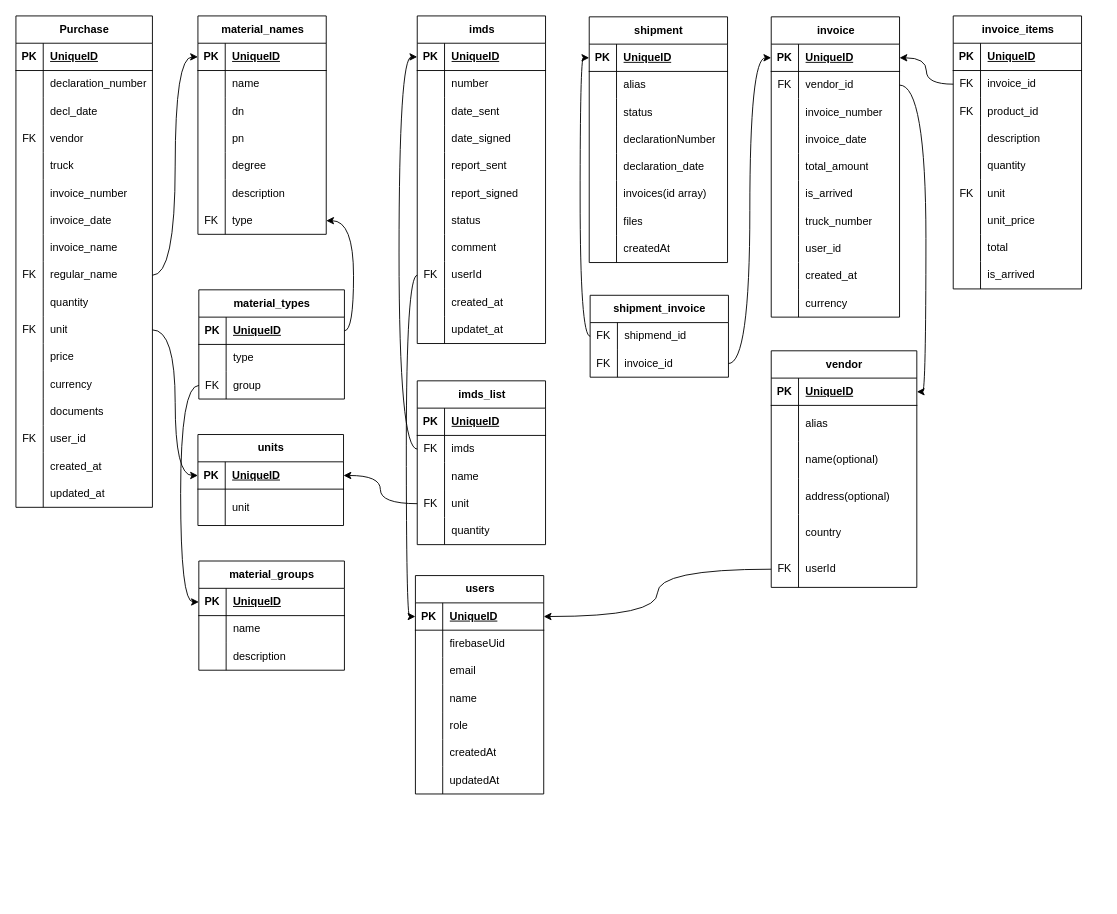
Before: diagrams/awa.drawio in gogicha007/project_AWA, a draw.io diagram. Source tidied: cells renumbered, new cells numbered last; positions are measured from the earlier drawing's top-left corner, leaving out a move shared by most shapes. Both pictures are drawn from the tidied source at 91%, with x=0, y=0 at pixel (15, 15).
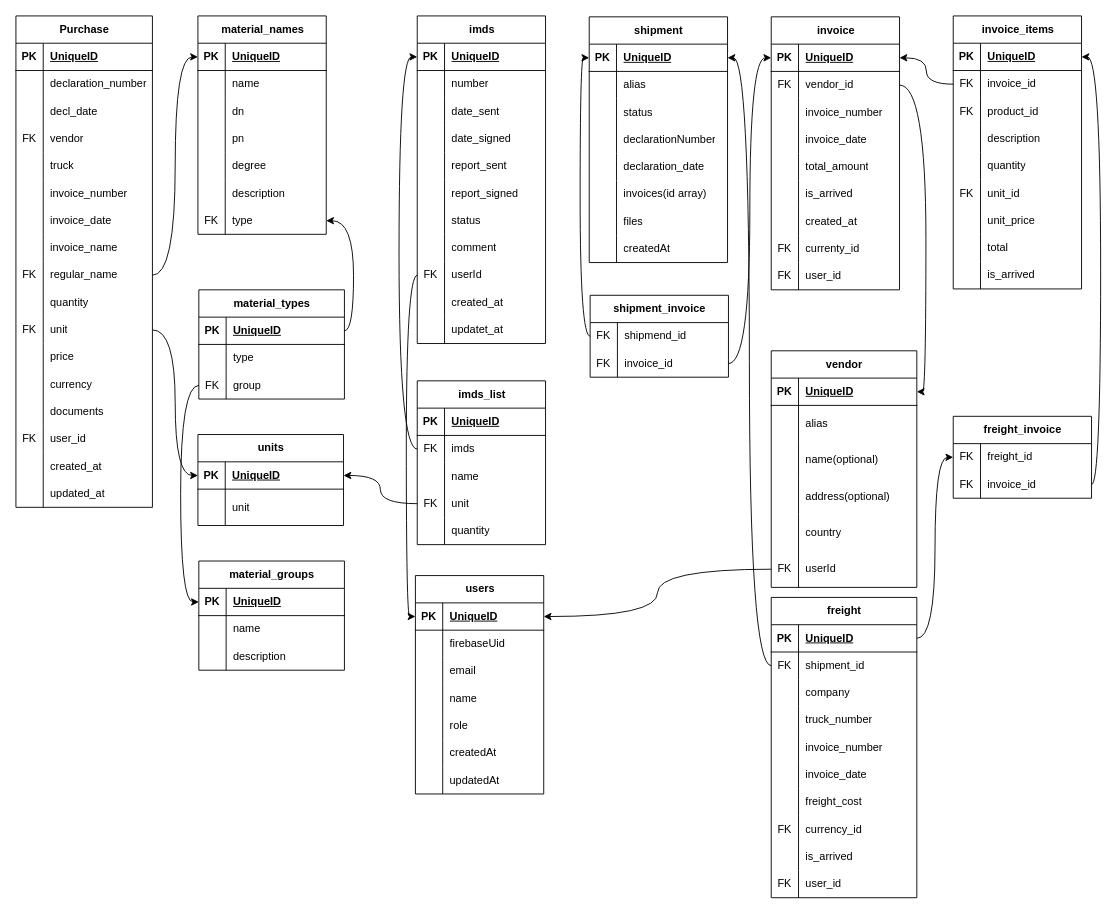
Above is the later version.

The change refers to these unchanged cells:
```xml
<mxCell id="201" style="shape=tableRow;horizontal=0;startSize=0;swimlaneHead=0;swimlaneBody=0;fillColor=none;points=[[0,0.5],[1,0.5]];portConstraint=eastwest;top=0;left=0;right=0;bottom=1;" parent="200" vertex="1">
  <mxGeometry y="30" width="152" height="30" as="geometry" />
</mxCell>
<mxCell id="257" style="shape=tableRow;horizontal=0;startSize=0;swimlaneHead=0;swimlaneBody=0;fillColor=none;points=[[0,0.5],[1,0.5]];portConstraint=eastwest;top=0;left=0;right=0;bottom=1;" parent="256" vertex="1">
  <mxGeometry y="30" width="141" height="30" as="geometry" />
</mxCell>
<mxCell id="272" style="shape=tableRow;horizontal=0;startSize=0;swimlaneHead=0;swimlaneBody=0;fillColor=none;top=0;left=0;right=0;bottom=0;" parent="256" vertex="1">
  <mxGeometry y="180" width="141" height="30" as="geometry" />
</mxCell>
```

Diff of the diagram source:
```diff
@@
     <mxCell id="225" value="invoice" style="shape=table;startSize=30;childLayout=tableLayout;rowLines=0;fontStyle=1;align=center;html=1;" parent="1" vertex="1">
-      <mxGeometry x="830" y="1" width="141" height="330" as="geometry" />
+      <mxGeometry x="830" y="1" width="141" height="300" as="geometry" />
     </mxCell>
@@
-    <mxCell id="244" style="shape=tableRow;horizontal=0;startSize=0;swimlaneHead=0;swimlaneBody=0;fillColor=none;top=0;left=0;right=0;bottom=0;" parent="225" vertex="1">
-      <mxGeometry y="210" width="141" height="30" as="geometry" />
-    </mxCell>
-    <mxCell id="245" style="shape=partialRectangle;fillColor=none;top=0;left=0;bottom=0;right=0;overflow=hidden;whiteSpace=wrap;html=1;" parent="244" vertex="1">
-      <mxGeometry width="30" height="30" as="geometry" />
-    </mxCell>
-    <mxCell id="246" value="truck_number" style="shape=partialRectangle;fillColor=none;top=0;left=0;bottom=0;right=0;align=left;spacingLeft=6;overflow=hidden;whiteSpace=wrap;html=1;" parent="244" vertex="1">
-      <mxGeometry x="30" width="111" height="30" as="geometry" />
-    </mxCell>
-    <mxCell id="247" style="shape=tableRow;horizontal=0;startSize=0;swimlaneHead=0;swimlaneBody=0;fillColor=none;top=0;left=0;right=0;bottom=0;" parent="225" vertex="1">
-      <mxGeometry y="240" width="141" height="30" as="geometry" />
-    </mxCell>
-    <mxCell id="248" style="shape=partialRectangle;fillColor=none;top=0;left=0;bottom=0;right=0;overflow=hidden;whiteSpace=wrap;html=1;" parent="247" vertex="1">
-      <mxGeometry width="30" height="30" as="geometry" />
-    </mxCell>
-    <mxCell id="249" value="user_id" style="shape=partialRectangle;fillColor=none;top=0;left=0;bottom=0;right=0;align=left;spacingLeft=6;overflow=hidden;whiteSpace=wrap;html=1;" parent="247" vertex="1">
-      <mxGeometry x="30" width="111" height="30" as="geometry" />
-    </mxCell>
     <mxCell id="250" style="shape=tableRow;horizontal=0;startSize=0;swimlaneHead=0;swimlaneBody=0;fillColor=none;top=0;left=0;right=0;bottom=0;" parent="225" vertex="1">
-      <mxGeometry y="270" width="141" height="30" as="geometry" />
+      <mxGeometry y="210" width="141" height="30" as="geometry" />
     </mxCell>
@@
-    <mxCell id="253" style="shape=tableRow;horizontal=0;startSize=0;swimlaneHead=0;swimlaneBody=0;fillColor=none;top=0;left=0;right=0;bottom=0;" parent="225" vertex="1">
-      <mxGeometry y="300" width="141" height="30" as="geometry" />
-    </mxCell>
-    <mxCell id="254" style="shape=partialRectangle;fillColor=none;top=0;left=0;bottom=0;right=0;overflow=hidden;whiteSpace=wrap;html=1;" parent="253" vertex="1">
-      <mxGeometry width="30" height="30" as="geometry" />
-    </mxCell>
-    <mxCell id="255" value="currency" style="shape=partialRectangle;fillColor=none;top=0;left=0;bottom=0;right=0;align=left;spacingLeft=6;overflow=hidden;whiteSpace=wrap;html=1;" parent="253" vertex="1">
-      <mxGeometry x="30" width="111" height="30" as="geometry" />
-    </mxCell>
+    <mxCell id="247" style="shape=tableRow;horizontal=0;startSize=0;swimlaneHead=0;swimlaneBody=0;fillColor=none;top=0;left=0;right=0;bottom=0;" parent="225" vertex="1">
+      <mxGeometry y="240" width="141" height="30" as="geometry" />
+    </mxCell>
+    <mxCell id="297" value="FK" style="shape=partialRectangle;fillColor=none;top=0;left=0;bottom=0;right=0;overflow=hidden;whiteSpace=wrap;html=1;" parent="247" vertex="1">
+      <mxGeometry width="30" height="30" as="geometry" />
+    </mxCell>
+    <mxCell id="298" value="currenty_id" style="shape=partialRectangle;fillColor=none;top=0;left=0;bottom=0;right=0;align=left;spacingLeft=6;overflow=hidden;whiteSpace=wrap;html=1;" parent="247" vertex="1">
+      <mxGeometry x="30" width="111" height="30" as="geometry" />
+    </mxCell>
+    <mxCell id="299" style="shape=tableRow;horizontal=0;startSize=0;swimlaneHead=0;swimlaneBody=0;fillColor=none;top=0;left=0;right=0;bottom=0;" parent="225" vertex="1">
+      <mxGeometry y="270" width="141" height="30" as="geometry" />
+    </mxCell>
+    <mxCell id="300" value="FK" style="shape=partialRectangle;fillColor=none;top=0;left=0;bottom=0;right=0;overflow=hidden;whiteSpace=wrap;html=1;" parent="299" vertex="1">
+      <mxGeometry width="30" height="30" as="geometry" />
+    </mxCell>
+    <mxCell id="249" value="user_id" style="shape=partialRectangle;fillColor=none;top=0;left=0;bottom=0;right=0;align=left;spacingLeft=6;overflow=hidden;whiteSpace=wrap;html=1;" parent="299" vertex="1">
+      <mxGeometry x="30" width="111" height="30" as="geometry" />
+    </mxCell>
@@
-    <mxCell id="274" value="unit" style="shape=partialRectangle;fillColor=none;top=0;left=0;bottom=0;right=0;align=left;spacingLeft=6;overflow=hidden;whiteSpace=wrap;html=1;" parent="272" vertex="1">
+    <mxCell id="274" value="unit_id" style="shape=partialRectangle;fillColor=none;top=0;left=0;bottom=0;right=0;align=left;spacingLeft=6;overflow=hidden;whiteSpace=wrap;html=1;" parent="272" vertex="1">
       <mxGeometry x="30" width="111" height="30" as="geometry" />
     </mxCell>
@@
+    <mxCell id="301" value="freight" style="shape=table;startSize=30;childLayout=tableLayout;rowLines=0;fontStyle=1;align=center;html=1;" parent="1" vertex="1">
+      <mxGeometry x="830" y="639" width="160" height="330" as="geometry" />
+    </mxCell>
+    <mxCell id="302" style="shape=tableRow;horizontal=0;startSize=0;swimlaneHead=0;swimlaneBody=0;fillColor=none;points=[[0,0.5],[1,0.5]];portConstraint=eastwest;top=0;left=0;right=0;bottom=1;" parent="301" vertex="1">
+      <mxGeometry y="30" width="160" height="30" as="geometry" />
+    </mxCell>
+    <mxCell id="303" value="PK" style="shape=partialRectangle;fillColor=none;top=0;left=0;bottom=0;right=0;fontStyle=1;overflow=hidden;whiteSpace=wrap;html=1;" parent="302" vertex="1">
+      <mxGeometry width="30" height="30" as="geometry" />
+    </mxCell>
+    <mxCell id="304" value="UniqueID" style="shape=partialRectangle;fillColor=none;top=0;left=0;bottom=0;right=0;align=left;spacingLeft=6;fontStyle=5;overflow=hidden;whiteSpace=wrap;html=1;" parent="302" vertex="1">
+      <mxGeometry x="30" width="130" height="30" as="geometry" />
+    </mxCell>
+    <mxCell id="305" style="shape=tableRow;horizontal=0;startSize=0;swimlaneHead=0;swimlaneBody=0;fillColor=none;points=[[0,0.5],[1,0.5]];portConstraint=eastwest;top=0;left=0;right=0;bottom=0;" parent="301" vertex="1">
+      <mxGeometry y="60" width="160" height="30" as="geometry" />
+    </mxCell>
+    <mxCell id="306" value="FK" style="shape=partialRectangle;fillColor=none;top=0;left=0;bottom=0;right=0;overflow=hidden;whiteSpace=wrap;html=1;" parent="305" vertex="1">
+      <mxGeometry width="30" height="30" as="geometry" />
+    </mxCell>
+    <mxCell id="307" value="shipment_id" style="shape=partialRectangle;fillColor=none;top=0;left=0;bottom=0;right=0;align=left;spacingLeft=6;overflow=hidden;whiteSpace=wrap;html=1;" parent="305" vertex="1">
+      <mxGeometry x="30" width="130" height="30" as="geometry" />
+    </mxCell>
+    <mxCell id="308" style="shape=tableRow;horizontal=0;startSize=0;swimlaneHead=0;swimlaneBody=0;fillColor=none;top=0;left=0;right=0;bottom=0;" parent="301" vertex="1">
+      <mxGeometry y="90" width="160" height="30" as="geometry" />
+    </mxCell>
+    <mxCell id="309" style="shape=partialRectangle;fillColor=none;top=0;left=0;bottom=0;right=0;overflow=hidden;whiteSpace=wrap;html=1;" parent="308" vertex="1">
+      <mxGeometry width="30" height="30" as="geometry" />
+    </mxCell>
+    <mxCell id="310" value="company" style="shape=partialRectangle;fillColor=none;top=0;left=0;bottom=0;right=0;align=left;spacingLeft=6;overflow=hidden;whiteSpace=wrap;html=1;" parent="308" vertex="1">
+      <mxGeometry x="30" width="130" height="30" as="geometry" />
+    </mxCell>
+    <mxCell id="311" style="shape=tableRow;horizontal=0;startSize=0;swimlaneHead=0;swimlaneBody=0;fillColor=none;top=0;left=0;right=0;bottom=0;" parent="301" vertex="1">
+      <mxGeometry y="120" width="160" height="30" as="geometry" />
+    </mxCell>
+    <mxCell id="312" style="shape=partialRectangle;fillColor=none;top=0;left=0;bottom=0;right=0;overflow=hidden;whiteSpace=wrap;html=1;" parent="311" vertex="1">
+      <mxGeometry width="30" height="30" as="geometry" />
+    </mxCell>
+    <mxCell id="246" value="truck_number" style="shape=partialRectangle;fillColor=none;top=0;left=0;bottom=0;right=0;align=left;spacingLeft=6;overflow=hidden;whiteSpace=wrap;html=1;" parent="311" vertex="1">
+      <mxGeometry x="30" width="130" height="30" as="geometry" />
+    </mxCell>
+    <mxCell id="313" style="shape=tableRow;horizontal=0;startSize=0;swimlaneHead=0;swimlaneBody=0;fillColor=none;top=0;left=0;right=0;bottom=0;" parent="301" vertex="1">
+      <mxGeometry y="150" width="160" height="30" as="geometry" />
+    </mxCell>
+    <mxCell id="314" style="shape=partialRectangle;fillColor=none;top=0;left=0;bottom=0;right=0;overflow=hidden;whiteSpace=wrap;html=1;" parent="313" vertex="1">
+      <mxGeometry width="30" height="30" as="geometry" />
+    </mxCell>
+    <mxCell id="315" value="invoice_number" style="shape=partialRectangle;fillColor=none;top=0;left=0;bottom=0;right=0;align=left;spacingLeft=6;overflow=hidden;whiteSpace=wrap;html=1;" parent="313" vertex="1">
+      <mxGeometry x="30" width="130" height="30" as="geometry" />
+    </mxCell>
+    <mxCell id="316" style="shape=tableRow;horizontal=0;startSize=0;swimlaneHead=0;swimlaneBody=0;fillColor=none;top=0;left=0;right=0;bottom=0;" parent="301" vertex="1">
+      <mxGeometry y="180" width="160" height="30" as="geometry" />
+    </mxCell>
+    <mxCell id="317" style="shape=partialRectangle;fillColor=none;top=0;left=0;bottom=0;right=0;overflow=hidden;whiteSpace=wrap;html=1;" parent="316" vertex="1">
+      <mxGeometry width="30" height="30" as="geometry" />
+    </mxCell>
+    <mxCell id="318" value="invoice_date" style="shape=partialRectangle;fillColor=none;top=0;left=0;bottom=0;right=0;align=left;spacingLeft=6;overflow=hidden;whiteSpace=wrap;html=1;" parent="316" vertex="1">
+      <mxGeometry x="30" width="130" height="30" as="geometry" />
+    </mxCell>
+    <mxCell id="319" style="shape=tableRow;horizontal=0;startSize=0;swimlaneHead=0;swimlaneBody=0;fillColor=none;top=0;left=0;right=0;bottom=0;" parent="301" vertex="1">
+      <mxGeometry y="210" width="160" height="30" as="geometry" />
+    </mxCell>
+    <mxCell id="320" style="shape=partialRectangle;fillColor=none;top=0;left=0;bottom=0;right=0;overflow=hidden;whiteSpace=wrap;html=1;" parent="319" vertex="1">
+      <mxGeometry width="30" height="30" as="geometry" />
+    </mxCell>
+    <mxCell id="321" value="freight_cost" style="shape=partialRectangle;fillColor=none;top=0;left=0;bottom=0;right=0;align=left;spacingLeft=6;overflow=hidden;whiteSpace=wrap;html=1;" parent="319" vertex="1">
+      <mxGeometry x="30" width="130" height="30" as="geometry" />
+    </mxCell>
+    <mxCell id="322" style="shape=tableRow;horizontal=0;startSize=0;swimlaneHead=0;swimlaneBody=0;fillColor=none;top=0;left=0;right=0;bottom=0;" parent="301" vertex="1">
+      <mxGeometry y="240" width="160" height="30" as="geometry" />
+    </mxCell>
+    <mxCell id="323" value="FK" style="shape=partialRectangle;fillColor=none;top=0;left=0;bottom=0;right=0;overflow=hidden;whiteSpace=wrap;html=1;" parent="322" vertex="1">
+      <mxGeometry width="30" height="30" as="geometry" />
+    </mxCell>
+    <mxCell id="324" value="currency_id" style="shape=partialRectangle;fillColor=none;top=0;left=0;bottom=0;right=0;align=left;spacingLeft=6;overflow=hidden;whiteSpace=wrap;html=1;" parent="322" vertex="1">
+      <mxGeometry x="30" width="130" height="30" as="geometry" />
+    </mxCell>
+    <mxCell id="325" style="shape=tableRow;horizontal=0;startSize=0;swimlaneHead=0;swimlaneBody=0;fillColor=none;top=0;left=0;right=0;bottom=0;" parent="301" vertex="1">
+      <mxGeometry y="270" width="160" height="30" as="geometry" />
+    </mxCell>
+    <mxCell id="326" style="shape=partialRectangle;fillColor=none;top=0;left=0;bottom=0;right=0;overflow=hidden;whiteSpace=wrap;html=1;" parent="325" vertex="1">
+      <mxGeometry width="30" height="30" as="geometry" />
+    </mxCell>
+    <mxCell id="327" value="is_arrived" style="shape=partialRectangle;fillColor=none;top=0;left=0;bottom=0;right=0;align=left;spacingLeft=6;overflow=hidden;whiteSpace=wrap;html=1;" parent="325" vertex="1">
+      <mxGeometry x="30" width="130" height="30" as="geometry" />
+    </mxCell>
+    <mxCell id="328" style="shape=tableRow;horizontal=0;startSize=0;swimlaneHead=0;swimlaneBody=0;fillColor=none;top=0;left=0;right=0;bottom=0;" parent="301" vertex="1">
+      <mxGeometry y="300" width="160" height="30" as="geometry" />
+    </mxCell>
+    <mxCell id="329" value="FK" style="shape=partialRectangle;fillColor=none;top=0;left=0;bottom=0;right=0;overflow=hidden;whiteSpace=wrap;html=1;" parent="328" vertex="1">
+      <mxGeometry width="30" height="30" as="geometry" />
+    </mxCell>
+    <mxCell id="330" value="user_id" style="shape=partialRectangle;fillColor=none;top=0;left=0;bottom=0;right=0;align=left;spacingLeft=6;overflow=hidden;whiteSpace=wrap;html=1;" parent="328" vertex="1">
+      <mxGeometry x="30" width="130" height="30" as="geometry" />
+    </mxCell>
+    <mxCell id="331" value="freight_invoice" style="shape=table;startSize=30;childLayout=tableLayout;rowLines=0;fontStyle=1;align=center;html=1;" parent="1" vertex="1">
+      <mxGeometry x="1030" y="440" width="152" height="90" as="geometry" />
+    </mxCell>
+    <mxCell id="332" style="shape=tableRow;horizontal=0;startSize=0;swimlaneHead=0;swimlaneBody=0;fillColor=none;points=[[0,0.5],[1,0.5]];portConstraint=eastwest;top=0;left=0;right=0;bottom=0;" parent="331" vertex="1">
+      <mxGeometry y="30" width="152" height="30" as="geometry" />
+    </mxCell>
+    <mxCell id="333" value="FK" style="shape=partialRectangle;fillColor=none;top=0;left=0;bottom=0;right=0;overflow=hidden;whiteSpace=wrap;html=1;" parent="332" vertex="1">
+      <mxGeometry width="30" height="30" as="geometry" />
+    </mxCell>
+    <mxCell id="334" value="freight_id" style="shape=partialRectangle;fillColor=none;top=0;left=0;bottom=0;right=0;align=left;spacingLeft=6;overflow=hidden;whiteSpace=wrap;html=1;" parent="332" vertex="1">
+      <mxGeometry x="30" width="122" height="30" as="geometry" />
+    </mxCell>
+    <mxCell id="335" style="shape=tableRow;horizontal=0;startSize=0;swimlaneHead=0;swimlaneBody=0;fillColor=none;points=[[0,0.5],[1,0.5]];portConstraint=eastwest;top=0;left=0;right=0;bottom=0;" parent="331" vertex="1">
+      <mxGeometry y="60" width="152" height="30" as="geometry" />
+    </mxCell>
+    <mxCell id="336" value="FK" style="shape=partialRectangle;fillColor=none;top=0;left=0;bottom=0;right=0;overflow=hidden;whiteSpace=wrap;html=1;" parent="335" vertex="1">
+      <mxGeometry width="30" height="30" as="geometry" />
+    </mxCell>
+    <mxCell id="337" value="invoice_id" style="shape=partialRectangle;fillColor=none;top=0;left=0;bottom=0;right=0;align=left;spacingLeft=6;overflow=hidden;whiteSpace=wrap;html=1;" parent="335" vertex="1">
+      <mxGeometry x="30" width="122" height="30" as="geometry" />
+    </mxCell>
+    <mxCell id="338" style="edgeStyle=orthogonalEdgeStyle;html=1;exitX=0;exitY=0.5;exitDx=0;exitDy=0;entryX=1;entryY=0.5;entryDx=0;entryDy=0;curved=1;" parent="1" edge="1" source="305" target="201">
+      <mxGeometry relative="1" as="geometry" />
+    </mxCell>
+    <mxCell id="339" style="edgeStyle=orthogonalEdgeStyle;html=1;exitX=1;exitY=0.5;exitDx=0;exitDy=0;entryX=0;entryY=0.5;entryDx=0;entryDy=0;curved=1;" parent="1" edge="1" source="302" target="332">
+      <mxGeometry relative="1" as="geometry" />
+    </mxCell>
+    <mxCell id="340" style="edgeStyle=orthogonalEdgeStyle;html=1;exitX=1;exitY=0.5;exitDx=0;exitDy=0;entryX=1;entryY=0.5;entryDx=0;entryDy=0;curved=1;" parent="1" edge="1" source="335" target="257">
+      <mxGeometry relative="1" as="geometry" />
+    </mxCell>
```
